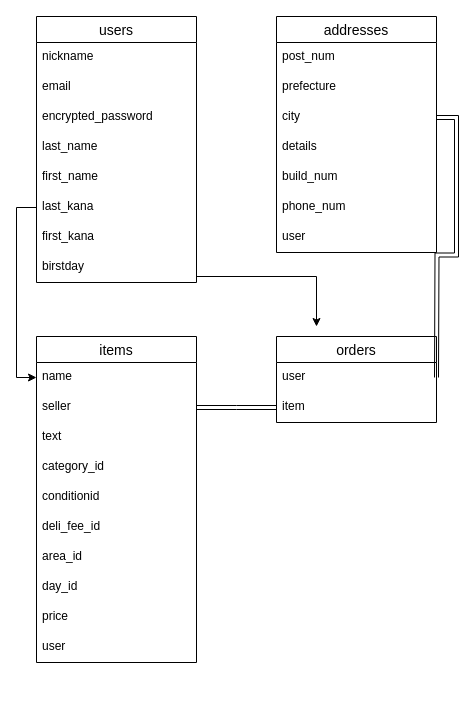
Before: data.dio in miyamoto-yoshiki/furima-31734, a draw.io diagram. Source tidied: cells renumbered, new cells numbered last; positions are measured from the earlier drawing's top-left corner, leaving out a move shared by most shapes. Both pictures are drawn from the tidied source at 100%, with x=0, y=0 at pixel (16, 16).
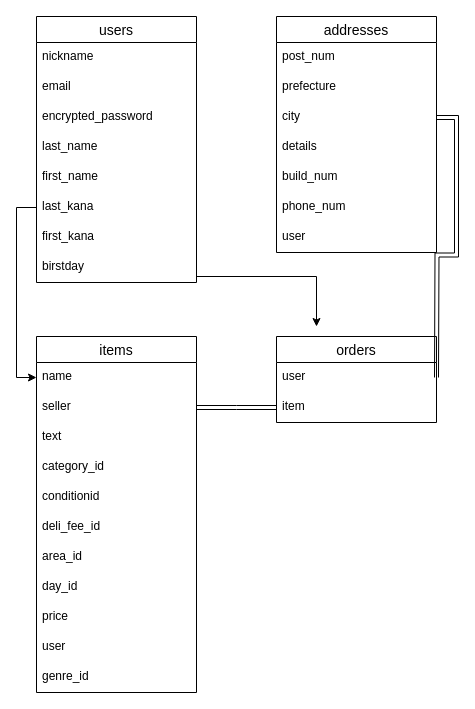
After the change.

The edit, as a diff of the source:
```diff
@@
     <mxCell id="5" value="items" style="swimlane;fontStyle=0;horizontal=1;startSize=26;align=center;fontSize=14;" parent="1" vertex="1">
-      <mxGeometry x="20" y="320" width="160" height="326" as="geometry" />
+      <mxGeometry x="20" y="320" width="160" height="356" as="geometry" />
     </mxCell>
@@
+    <mxCell id="37" value="genre_id" style="text;strokeColor=none;fillColor=none;spacingLeft=4;spacingRight=4;overflow=hidden;fontSize=12;" parent="5" vertex="1">
+      <mxGeometry y="326" width="160" height="30" as="geometry" />
+    </mxCell>
```
